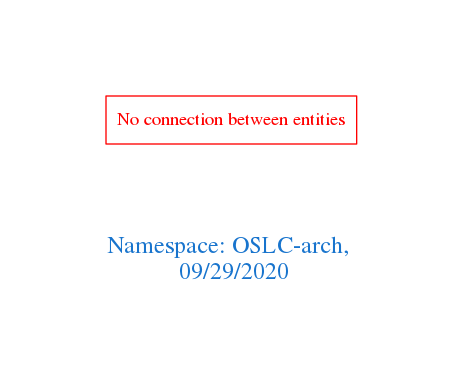
Before: downloads/OSLC-arch.png, a diagram exported from Graphviz (arago/OGIT). Its source is kept beside it as downloads/OSLC-arch.dot.
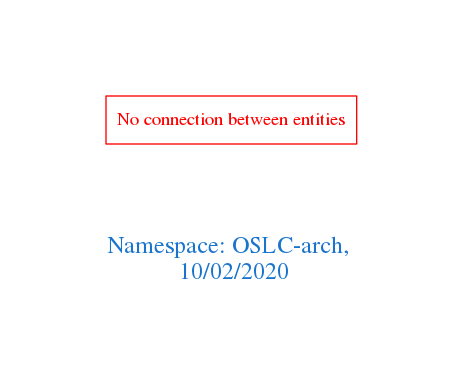
After the commit.

Diff of the diagram source:
```diff
@@ -1,7 +1,7 @@
 digraph OGIT_ontology {
  graph [ rankdir= LR,pad=1
 fontsize = 18,
-fontcolor= dodgerblue3,label = "\n\n\nNamespace: OSLC-arch, \n 09/29/2020"];
+fontcolor= dodgerblue3,label = "\n\n\nNamespace: OSLC-arch, \n 10/02/2020"];
 node[shape=polygon];
 edge [  color="gray81"];
 
```
